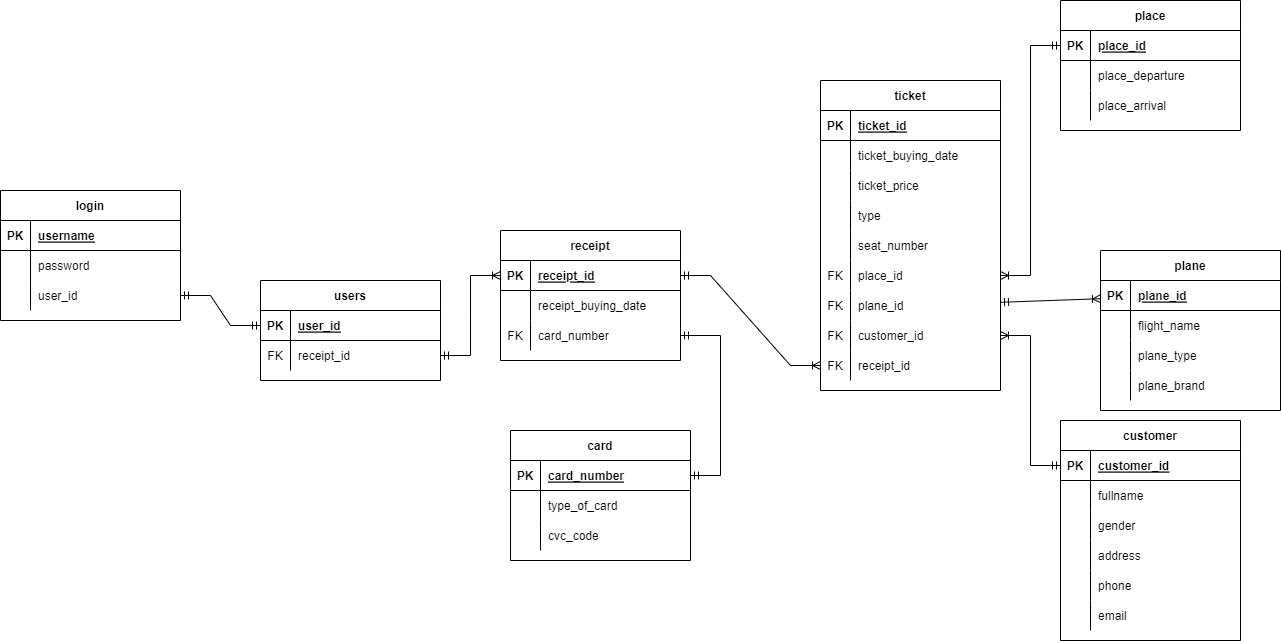
GumBox/CloudAirlineG8 keeps this draw.io diagram as database/Database.png. Above is the earlier version. Source tidied: cells renumbered, new cells last; positions are measured from the earlier drawing's top-left corner, leaving out a move shared by most shapes.
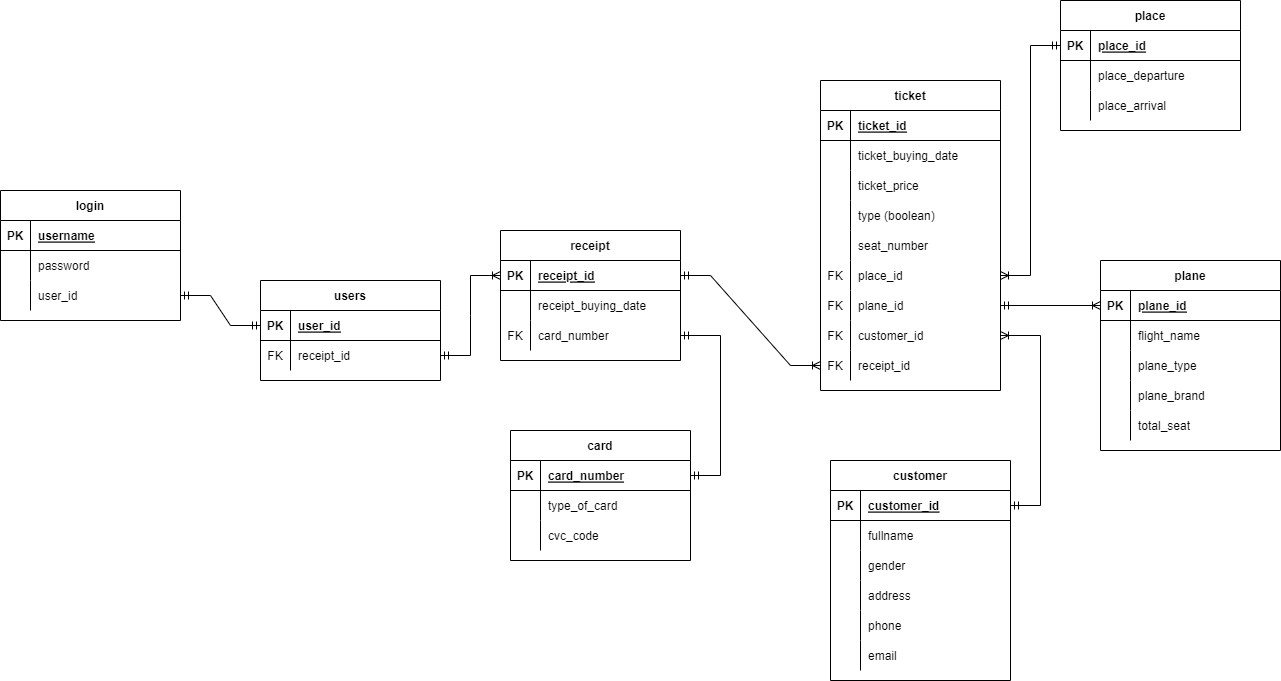
Above is the later version.

What changed in the source:
```diff
@@ -3,7 +3,7 @@
     <mxCell id="0" />
     <mxCell id="1" parent="0" />
     <mxCell id="2" value="customer" style="shape=table;startSize=30;rowLines=0;fontStyle=1;align=center;" parent="1" vertex="1">
-      <mxGeometry x="1060" y="420" width="180" height="220" as="geometry" />
+      <mxGeometry x="830" y="460" width="180" height="220" as="geometry" />
     </mxCell>
     <mxCell id="3" style="shape=tableRow;horizontal=0;startSize=0;swimlaneHead=0;swimlaneBody=0;fillColor=none;points=[[0,0.5],[1,0.5]];portConstraint=eastwest;top=0;left=0;right=0;bottom=1;" parent="2" vertex="1">
       <mxGeometry y="30" width="180" height="30" as="geometry" />
@@ -125,7 +125,7 @@
     <mxCell id="42" style="shape=partialRectangle;fillColor=none;top=0;left=0;bottom=0;right=0;overflow=hidden;" parent="41" vertex="1">
       <mxGeometry width="30" height="30" as="geometry" />
     </mxCell>
-    <mxCell id="43" value="type" style="shape=partialRectangle;fillColor=none;top=0;left=0;bottom=0;right=0;align=left;spacingLeft=6;overflow=hidden;" parent="41" vertex="1">
+    <mxCell id="43" value="type (boolean)" style="shape=partialRectangle;fillColor=none;top=0;left=0;bottom=0;right=0;align=left;spacingLeft=6;overflow=hidden;" parent="41" vertex="1">
       <mxGeometry x="30" width="150" height="30" as="geometry" />
     </mxCell>
     <mxCell id="44" style="shape=tableRow;horizontal=0;startSize=0;swimlaneHead=0;swimlaneBody=0;fillColor=none;top=0;left=0;right=0;bottom=0;" parent="31" vertex="1">
@@ -174,7 +174,7 @@
       <mxGeometry x="30" width="150" height="30" as="geometry" />
     </mxCell>
     <mxCell id="59" value="plane" style="shape=table;startSize=30;rowLines=0;fontStyle=1;align=center;verticalAlign=middle;" parent="1" vertex="1">
-      <mxGeometry x="1100" y="250" width="180" height="160" as="geometry" />
+      <mxGeometry x="1100" y="260" width="180" height="190" as="geometry" />
     </mxCell>
     <mxCell id="60" style="shape=tableRow;horizontal=0;startSize=0;swimlaneHead=0;swimlaneBody=0;fillColor=none;points=[[0,0.5],[1,0.5]];portConstraint=eastwest;top=0;left=0;right=0;bottom=1;" parent="59" vertex="1">
       <mxGeometry y="30" width="180" height="30" as="geometry" />
@@ -212,6 +212,15 @@
     <mxCell id="71" value="plane_brand" style="shape=partialRectangle;fillColor=none;top=0;left=0;bottom=0;right=0;align=left;spacingLeft=6;overflow=hidden;" parent="69" vertex="1">
       <mxGeometry x="30" width="150" height="30" as="geometry" />
     </mxCell>
+    <mxCell id="116" style="shape=tableRow;horizontal=0;startSize=0;swimlaneHead=0;swimlaneBody=0;fillColor=none;top=0;left=0;right=0;bottom=0;" parent="59" vertex="1">
+      <mxGeometry y="150" width="180" height="30" as="geometry" />
+    </mxCell>
+    <mxCell id="117" style="shape=partialRectangle;fillColor=none;top=0;left=0;bottom=0;right=0;overflow=hidden;" parent="116" vertex="1">
+      <mxGeometry width="30" height="30" as="geometry" />
+    </mxCell>
+    <mxCell id="118" value="total_seat" style="shape=partialRectangle;fillColor=none;top=0;left=0;bottom=0;right=0;align=left;spacingLeft=6;overflow=hidden;" parent="116" vertex="1">
+      <mxGeometry x="30" width="150" height="30" as="geometry" />
+    </mxCell>
     <mxCell id="72" value="place" style="shape=table;startSize=30;rowLines=0;fontStyle=1;align=center;verticalAlign=middle;" parent="1" vertex="1">
       <mxGeometry x="1060" width="180" height="130" as="geometry" />
     </mxCell>
```
